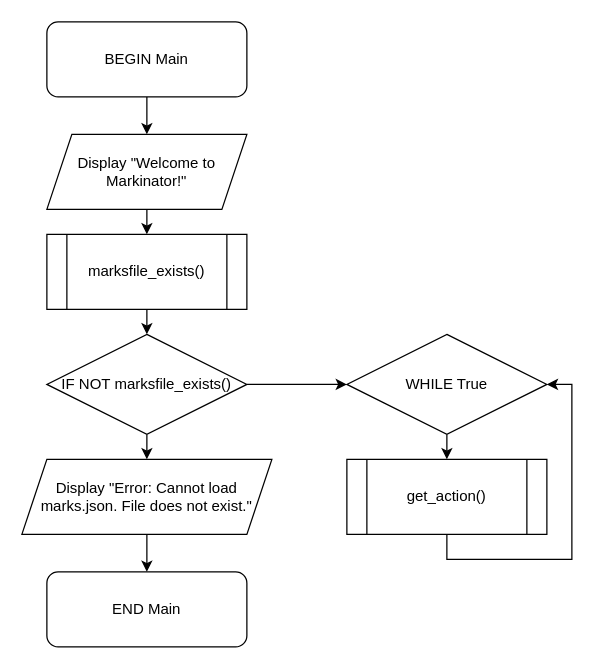
Above: Flowcharts/drawio/main.drawio in jridz/Markinator (draw.io), before the change. Source tidied: cells renumbered, new cells numbered last; positions are measured from the earlier drawing's top-left corner, leaving out a move shared by most shapes. Both pictures are drawn from the tidied source at 125%, with x=0, y=0 at pixel (21, 21).
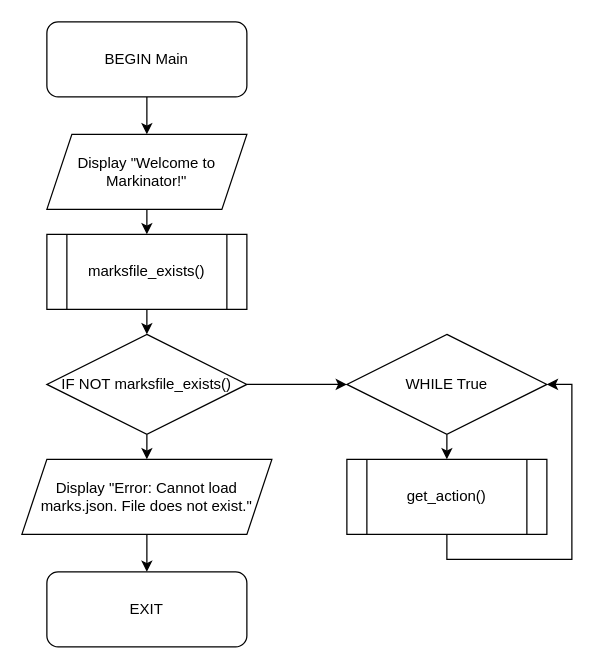
Above is the later version.

Change to the diagram source:
```diff
@@
 <mxGraphModel>
   <root>
     <mxCell id="0" />
     <mxCell id="1" parent="0" />
     <mxCell id="2" style="edgeStyle=orthogonalEdgeStyle;rounded=0;jettySize=auto;html=1;exitX=0.5;exitY=1;exitDx=0;exitDy=0;" parent="1" edge="1" source="3" target="5">
       <mxGeometry relative="1" as="geometry" />
     </mxCell>
     <mxCell id="3" value="BEGIN Main" style="rounded=1;whiteSpace=wrap;html=1;" parent="1" vertex="1">
       <mxGeometry x="20" width="160" height="60" as="geometry" />
     </mxCell>
     <mxCell id="4" style="edgeStyle=orthogonalEdgeStyle;rounded=0;jettySize=auto;html=1;exitX=0.5;exitY=1;exitDx=0;exitDy=0;entryX=0.5;entryY=0;entryDx=0;entryDy=0;" parent="1" edge="1" source="5" target="7">
       <mxGeometry relative="1" as="geometry" />
     </mxCell>
     <mxCell id="5" value="Display &quot;Welcome to Markinator!&quot;" style="shape=parallelogram;perimeter=parallelogramPerimeter;whiteSpace=wrap;html=1;fixedSize=1;" parent="1" vertex="1">
       <mxGeometry x="20" y="90" width="160" height="60" as="geometry" />
     </mxCell>
     <mxCell id="6" style="edgeStyle=orthogonalEdgeStyle;rounded=0;jettySize=auto;html=1;exitX=0.5;exitY=1;exitDx=0;exitDy=0;entryX=0.5;entryY=0;entryDx=0;entryDy=0;" parent="1" edge="1" source="7" target="10">
       <mxGeometry relative="1" as="geometry" />
     </mxCell>
     <mxCell id="7" value="marksfile_exists()" style="shape=process;whiteSpace=wrap;html=1;backgroundOutline=1;" parent="1" vertex="1">
       <mxGeometry x="20" y="170" width="160" height="60" as="geometry" />
     </mxCell>
     <mxCell id="8" style="edgeStyle=orthogonalEdgeStyle;rounded=0;jettySize=auto;html=1;exitX=0.5;exitY=1;exitDx=0;exitDy=0;entryX=0.5;entryY=0;entryDx=0;entryDy=0;" parent="1" edge="1" source="10" target="12">
       <mxGeometry relative="1" as="geometry" />
     </mxCell>
     <mxCell id="9" style="edgeStyle=orthogonalEdgeStyle;rounded=0;jettySize=auto;html=1;exitX=1;exitY=0.5;exitDx=0;exitDy=0;entryX=0;entryY=0.5;entryDx=0;entryDy=0;" parent="1" edge="1" source="10" target="17">
       <mxGeometry relative="1" as="geometry" />
     </mxCell>
     <mxCell id="10" value="IF NOT marksfile_exists()" style="rhombus;whiteSpace=wrap;html=1;" parent="1" vertex="1">
       <mxGeometry x="20" y="250" width="160" height="80" as="geometry" />
     </mxCell>
     <mxCell id="11" style="edgeStyle=orthogonalEdgeStyle;rounded=0;jettySize=auto;html=1;exitX=0.5;exitY=1;exitDx=0;exitDy=0;entryX=0.5;entryY=0;entryDx=0;entryDy=0;" parent="1" edge="1" source="12" target="13">
       <mxGeometry relative="1" as="geometry" />
     </mxCell>
     <mxCell id="12" value="Display &quot;Error: Cannot load marks.json. File does not exist.&quot;" style="shape=parallelogram;perimeter=parallelogramPerimeter;whiteSpace=wrap;html=1;fixedSize=1;" parent="1" vertex="1">
       <mxGeometry y="350" width="200" height="60" as="geometry" />
     </mxCell>
-    <mxCell id="13" value="END Main" style="rounded=1;whiteSpace=wrap;html=1;" parent="1" vertex="1">
+    <mxCell id="13" value="&lt;div&gt;EXIT&lt;/div&gt;" style="rounded=1;whiteSpace=wrap;html=1;" parent="1" vertex="1">
       <mxGeometry x="20" y="440" width="160" height="60" as="geometry" />
     </mxCell>
     <mxCell id="14" style="edgeStyle=orthogonalEdgeStyle;rounded=0;jettySize=auto;html=1;exitX=0.5;exitY=1;exitDx=0;exitDy=0;entryX=1;entryY=0.5;entryDx=0;entryDy=0;" parent="1" edge="1" source="15" target="17">
       <mxGeometry relative="1" as="geometry">
         <Array as="points">
           <mxPoint x="340" y="430" />
           <mxPoint x="440" y="430" />
           <mxPoint x="440" y="290" />
         </Array>
       </mxGeometry>
     </mxCell>
     <mxCell id="15" value="get_action()" style="shape=process;whiteSpace=wrap;html=1;backgroundOutline=1;" parent="1" vertex="1">
       <mxGeometry x="260" y="350" width="160" height="60" as="geometry" />
     </mxCell>
     <mxCell id="16" style="edgeStyle=orthogonalEdgeStyle;rounded=0;jettySize=auto;html=1;exitX=0.5;exitY=1;exitDx=0;exitDy=0;entryX=0.5;entryY=0;entryDx=0;entryDy=0;" parent="1" edge="1" source="17" target="15">
       <mxGeometry relative="1" as="geometry" />
     </mxCell>
     <mxCell id="17" value="WHILE True" style="rhombus;whiteSpace=wrap;html=1;" parent="1" vertex="1">
       <mxGeometry x="260" y="250" width="160" height="80" as="geometry" />
     </mxCell>
   </root>
 </mxGraphModel>
```
